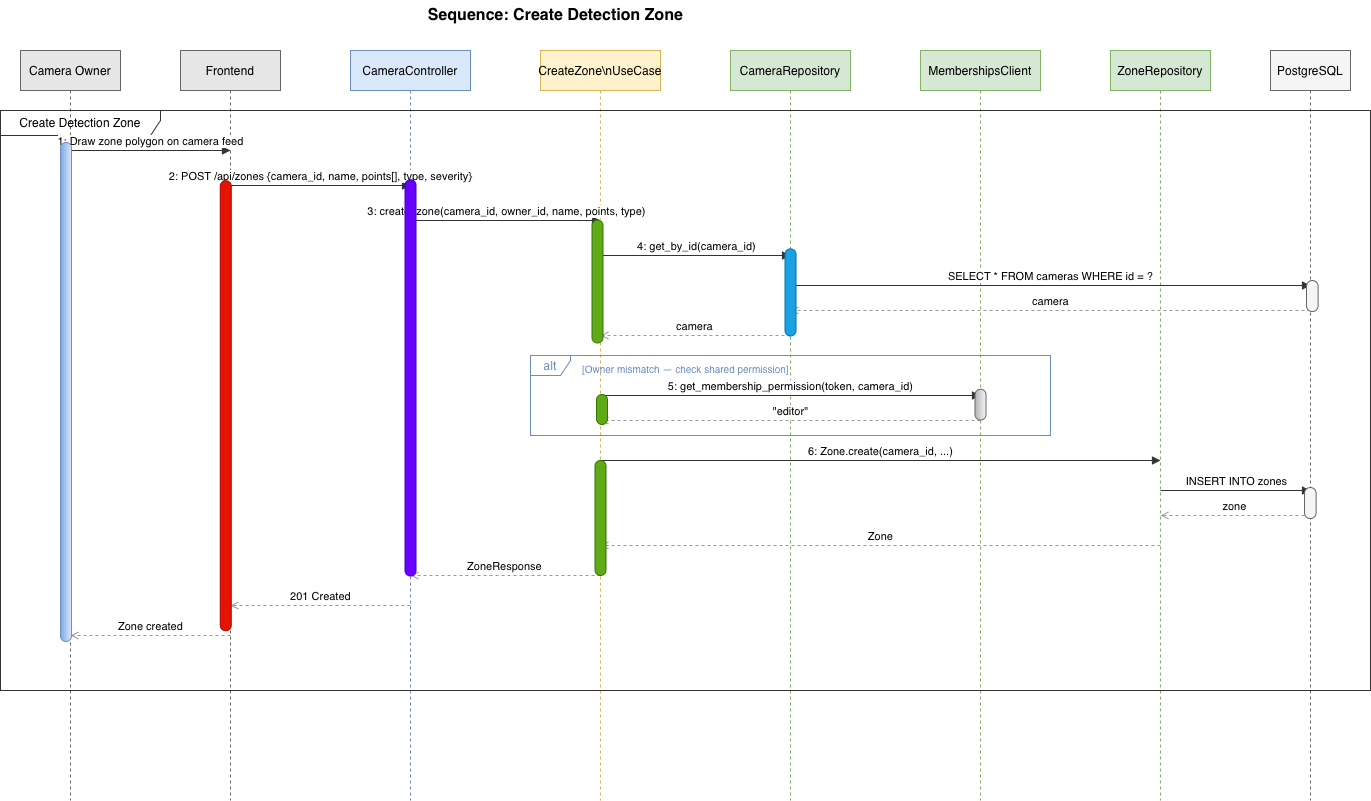
Earlier version of the draw.io export diagram report images/sprint2/cameramng/Zone.drawio.png (omarsoussi/VigileEyeReport). Source tidied: cells renumbered, new cells last; positions are measured from the earlier drawing's top-left corner, leaving out a move shared by most shapes.
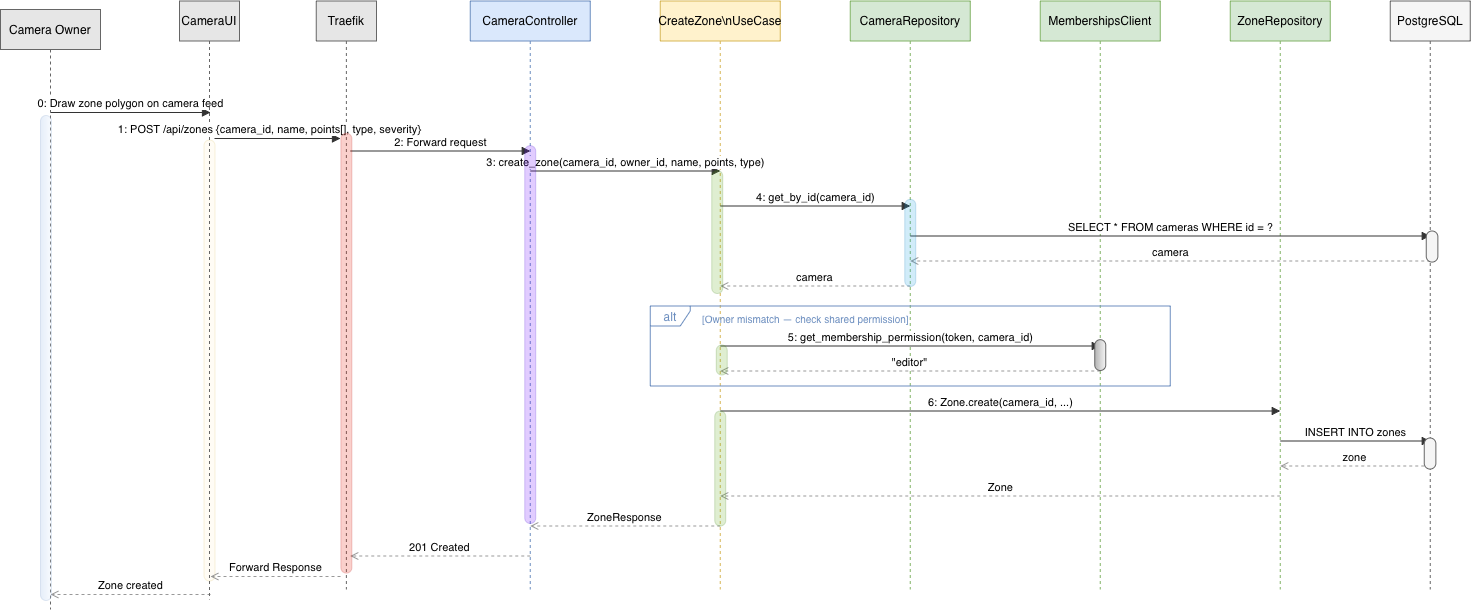
After the commit.

Diff of the diagram source:
```diff
@@ -2,130 +2,124 @@
   <root>
     <mxCell id="0" />
     <mxCell id="1" parent="0" />
-    <mxCell id="2" value="Sequence: Create Detection Zone" style="text;html=1;align=center;verticalAlign=middle;strokeColor=none;fillColor=none;fontSize=16;fontStyle=1;" parent="1" vertex="1">
-      <mxGeometry x="584" width="310" height="30" as="geometry" />
-    </mxCell>
     <mxCell id="3" value="Camera Owner" style="shape=umlLifeline;perimeter=lifelinePerimeter;whiteSpace=wrap;html=1;size=40;fillColor=#E6E6E6;strokeColor=#666666;" parent="1" vertex="1">
-      <mxGeometry x="204" y="50" width="100" height="750" as="geometry" />
+      <mxGeometry x="204" y="50" width="100" height="600" as="geometry" />
     </mxCell>
-    <mxCell id="4" value="Frontend" style="shape=umlLifeline;perimeter=lifelinePerimeter;whiteSpace=wrap;html=1;size=40;fillColor=#E6E6E6;strokeColor=#666666;" parent="1" vertex="1">
-      <mxGeometry x="364" y="50" width="100" height="750" as="geometry" />
+    <mxCell id="4" value="Traefik" style="shape=umlLifeline;perimeter=lifelinePerimeter;whiteSpace=wrap;html=1;size=40;fillColor=#E6E6E6;strokeColor=#666666;" parent="1" vertex="1">
+      <mxGeometry x="519.8" y="41.5" width="60.2" height="588.5" as="geometry" />
     </mxCell>
     <mxCell id="5" value="CameraController" style="shape=umlLifeline;perimeter=lifelinePerimeter;whiteSpace=wrap;html=1;size=40;fillColor=#dae8fc;strokeColor=#6c8ebf;" parent="1" vertex="1">
-      <mxGeometry x="534" y="50" width="120" height="750" as="geometry" />
+      <mxGeometry x="673.8" y="41.5" width="120" height="588.5" as="geometry" />
     </mxCell>
     <mxCell id="6" value="CreateZone\nUseCase" style="shape=umlLifeline;perimeter=lifelinePerimeter;whiteSpace=wrap;html=1;size=40;fillColor=#fff2cc;strokeColor=#d6b656;" parent="1" vertex="1">
-      <mxGeometry x="724" y="50" width="120" height="750" as="geometry" />
+      <mxGeometry x="863.8" y="41.5" width="120" height="588.5" as="geometry" />
     </mxCell>
     <mxCell id="7" value="CameraRepository" style="shape=umlLifeline;perimeter=lifelinePerimeter;whiteSpace=wrap;html=1;size=40;fillColor=#d5e8d4;strokeColor=#82b366;" parent="1" vertex="1">
-      <mxGeometry x="914" y="50" width="120" height="750" as="geometry" />
+      <mxGeometry x="1053.8" y="41.5" width="120" height="588.5" as="geometry" />
     </mxCell>
     <mxCell id="8" value="MembershipsClient" style="shape=umlLifeline;perimeter=lifelinePerimeter;whiteSpace=wrap;html=1;size=40;fillColor=#d5e8d4;strokeColor=#82b366;" parent="1" vertex="1">
-      <mxGeometry x="1104" y="50" width="120" height="750" as="geometry" />
+      <mxGeometry x="1243.8" y="41.5" width="120" height="588.5" as="geometry" />
     </mxCell>
     <mxCell id="9" value="ZoneRepository" style="shape=umlLifeline;perimeter=lifelinePerimeter;whiteSpace=wrap;html=1;size=40;fillColor=#d5e8d4;strokeColor=#82b366;" parent="1" vertex="1">
-      <mxGeometry x="1294" y="50" width="100" height="750" as="geometry" />
+      <mxGeometry x="1433.8" y="41.5" width="100" height="588.5" as="geometry" />
     </mxCell>
     <mxCell id="10" value="PostgreSQL" style="shape=umlLifeline;perimeter=lifelinePerimeter;whiteSpace=wrap;html=1;size=40;fillColor=#f5f5f5;strokeColor=#666666;" parent="1" vertex="1">
-      <mxGeometry x="1454" y="50" width="80" height="750" as="geometry" />
+      <mxGeometry x="1593.8" y="41.5" width="80" height="588.5" as="geometry" />
     </mxCell>
-    <mxCell id="11" value="Create Detection Zone" style="shape=umlFrame;whiteSpace=wrap;html=1;width=160;height=25;fillColor=none;strokeColor=#333333;" parent="1" vertex="1">
-      <mxGeometry x="184" y="110" width="1370" height="580" as="geometry" />
-    </mxCell>
-    <mxCell id="12" value="1: Draw zone polygon on camera feed" style="html=1;verticalAlign=bottom;endArrow=block;endFill=1;rounded=0;strokeColor=#333333;" parent="1" edge="1">
+    <mxCell id="12" value="0: Draw zone polygon on camera feed" style="html=1;verticalAlign=bottom;endArrow=block;endFill=1;rounded=0;strokeColor=#333333;" parent="1" edge="1">
       <mxGeometry relative="1" as="geometry">
-        <mxPoint x="254" y="150" as="sourcePoint" />
-        <mxPoint x="414" y="150" as="targetPoint" />
+        <mxPoint x="254" y="153" as="sourcePoint" />
+        <mxPoint x="414" y="153" as="targetPoint" />
       </mxGeometry>
     </mxCell>
-    <mxCell id="13" value="2: POST /api/zones {camera_id, name, points[], type, severity}" style="html=1;verticalAlign=bottom;endArrow=block;endFill=1;rounded=0;strokeColor=#333333;" parent="1" edge="1">
+    <mxCell id="13" value="2: Forward request" style="html=1;verticalAlign=bottom;endArrow=block;endFill=1;rounded=0;strokeColor=#333333;" parent="1" edge="1">
       <mxGeometry relative="1" as="geometry">
-        <mxPoint x="414" y="185" as="sourcePoint" />
-        <mxPoint x="594" y="185" as="targetPoint" />
+        <mxPoint x="553.8" y="191.5" as="sourcePoint" />
+        <mxPoint x="733.8" y="191.5" as="targetPoint" />
       </mxGeometry>
     </mxCell>
     <mxCell id="14" value="3: create_zone(camera_id, owner_id, name, points, type)" style="html=1;verticalAlign=bottom;endArrow=block;endFill=1;rounded=0;strokeColor=#333333;" parent="1" edge="1">
       <mxGeometry relative="1" as="geometry">
-        <mxPoint x="594" y="220" as="sourcePoint" />
-        <mxPoint x="784" y="220" as="targetPoint" />
+        <mxPoint x="733.8" y="211.5" as="sourcePoint" />
+        <mxPoint x="923.8" y="211.5" as="targetPoint" />
       </mxGeometry>
     </mxCell>
     <mxCell id="15" value="4: get_by_id(camera_id)" style="html=1;verticalAlign=bottom;endArrow=block;endFill=1;rounded=0;strokeColor=#333333;" parent="1" edge="1">
       <mxGeometry relative="1" as="geometry">
-        <mxPoint x="784" y="255" as="sourcePoint" />
-        <mxPoint x="974" y="255" as="targetPoint" />
+        <mxPoint x="923.8" y="246.5" as="sourcePoint" />
+        <mxPoint x="1113.8" y="246.5" as="targetPoint" />
       </mxGeometry>
     </mxCell>
     <mxCell id="16" value="SELECT * FROM cameras WHERE id = ?" style="html=1;verticalAlign=bottom;endArrow=block;endFill=1;rounded=0;strokeColor=#333333;" parent="1" edge="1">
       <mxGeometry relative="1" as="geometry">
-        <mxPoint x="974" y="285" as="sourcePoint" />
-        <mxPoint x="1494" y="285" as="targetPoint" />
+        <mxPoint x="1113.8" y="276.5" as="sourcePoint" />
+        <mxPoint x="1633.8" y="276.5" as="targetPoint" />
       </mxGeometry>
     </mxCell>
     <mxCell id="17" value="camera" style="html=1;verticalAlign=bottom;endArrow=open;endFill=0;dashed=1;rounded=0;strokeColor=#999999;" parent="1" edge="1">
       <mxGeometry relative="1" as="geometry">
-        <mxPoint x="1494" y="310" as="sourcePoint" />
-        <mxPoint x="974" y="310" as="targetPoint" />
+        <mxPoint x="1633.8" y="301.5" as="sourcePoint" />
+        <mxPoint x="1113.8" y="301.5" as="targetPoint" />
       </mxGeometry>
     </mxCell>
     <mxCell id="18" value="camera" style="html=1;verticalAlign=bottom;endArrow=open;endFill=0;dashed=1;rounded=0;strokeColor=#999999;" parent="1" edge="1">
       <mxGeometry relative="1" as="geometry">
-        <mxPoint x="974" y="335" as="sourcePoint" />
-        <mxPoint x="784" y="335" as="targetPoint" />
+        <mxPoint x="1113.8" y="326.5" as="sourcePoint" />
+        <mxPoint x="923.8" y="326.5" as="targetPoint" />
       </mxGeometry>
     </mxCell>
     <mxCell id="19" value="alt" style="shape=umlFrame;whiteSpace=wrap;html=1;width=40;height=20;fillColor=none;strokeColor=#6c8ebf;fontColor=#6c8ebf;" parent="1" vertex="1">
-      <mxGeometry x="714" y="355" width="520" height="80" as="geometry" />
+      <mxGeometry x="853.8" y="346.5" width="520" height="80" as="geometry" />
     </mxCell>
     <mxCell id="20" value="[Owner mismatch — check shared permission]" style="text;html=1;align=left;verticalAlign=middle;strokeColor=none;fillColor=none;fontSize=10;fontColor=#6c8ebf;" parent="1" vertex="1">
-      <mxGeometry x="764" y="355" width="260" height="25" as="geometry" />
+      <mxGeometry x="903.8" y="346.5" width="260" height="25" as="geometry" />
     </mxCell>
     <mxCell id="21" value="5: get_membership_permission(token, camera_id)" style="html=1;verticalAlign=bottom;endArrow=block;endFill=1;rounded=0;strokeColor=#333333;" parent="1" edge="1">
       <mxGeometry relative="1" as="geometry">
-        <mxPoint x="784" y="395" as="sourcePoint" />
-        <mxPoint x="1164" y="395" as="targetPoint" />
+        <mxPoint x="923.8" y="386.5" as="sourcePoint" />
+        <mxPoint x="1303.8" y="386.5" as="targetPoint" />
       </mxGeometry>
     </mxCell>
     <mxCell id="22" value="&quot;editor&quot;" style="html=1;verticalAlign=bottom;endArrow=open;endFill=0;dashed=1;rounded=0;strokeColor=#999999;" parent="1" edge="1">
       <mxGeometry relative="1" as="geometry">
-        <mxPoint x="1164" y="420" as="sourcePoint" />
-        <mxPoint x="784" y="420" as="targetPoint" />
+        <mxPoint x="1303.8" y="411.5" as="sourcePoint" />
+        <mxPoint x="923.8" y="411.5" as="targetPoint" />
       </mxGeometry>
     </mxCell>
     <mxCell id="23" value="6: Zone.create(camera_id, ...)" style="html=1;verticalAlign=bottom;endArrow=block;endFill=1;rounded=0;strokeColor=#333333;" parent="1" edge="1">
       <mxGeometry relative="1" as="geometry">
-        <mxPoint x="784" y="460" as="sourcePoint" />
-        <mxPoint x="1344" y="460" as="targetPoint" />
+        <mxPoint x="923.8" y="451.5" as="sourcePoint" />
+        <mxPoint x="1483.8" y="451.5" as="targetPoint" />
       </mxGeometry>
     </mxCell>
     <mxCell id="24" value="INSERT INTO zones" style="html=1;verticalAlign=bottom;endArrow=block;endFill=1;rounded=0;strokeColor=#333333;" parent="1" edge="1">
       <mxGeometry relative="1" as="geometry">
-        <mxPoint x="1344" y="490" as="sourcePoint" />
-        <mxPoint x="1494" y="490" as="targetPoint" />
+        <mxPoint x="1483.8" y="481.5" as="sourcePoint" />
+        <mxPoint x="1633.8" y="481.5" as="targetPoint" />
       </mxGeometry>
     </mxCell>
     <mxCell id="25" value="zone" style="html=1;verticalAlign=bottom;endArrow=open;endFill=0;dashed=1;rounded=0;strokeColor=#999999;" parent="1" edge="1">
       <mxGeometry relative="1" as="geometry">
-        <mxPoint x="1494" y="515" as="sourcePoint" />
-        <mxPoint x="1344" y="515" as="targetPoint" />
+        <mxPoint x="1633.8" y="506.5" as="sourcePoint" />
+        <mxPoint x="1483.8" y="506.5" as="targetPoint" />
       </mxGeometry>
     </mxCell>
     <mxCell id="26" value="Zone" style="html=1;verticalAlign=bottom;endArrow=open;endFill=0;dashed=1;rounded=0;strokeColor=#999999;" parent="1" edge="1">
       <mxGeometry relative="1" as="geometry">
-        <mxPoint x="1344" y="545" as="sourcePoint" />
-        <mxPoint x="784" y="545" as="targetPoint" />
+        <mxPoint x="1483.8" y="536.5" as="sourcePoint" />
+        <mxPoint x="923.8" y="536.5" as="targetPoint" />
       </mxGeometry>
     </mxCell>
     <mxCell id="27" value="ZoneResponse" style="html=1;verticalAlign=bottom;endArrow=open;endFill=0;dashed=1;rounded=0;strokeColor=#999999;" parent="1" edge="1">
       <mxGeometry relative="1" as="geometry">
-        <mxPoint x="784" y="575" as="sourcePoint" />
-        <mxPoint x="594" y="575" as="targetPoint" />
+        <mxPoint x="923.8" y="566.5" as="sourcePoint" />
+        <mxPoint x="733.8" y="566.5" as="targetPoint" />
       </mxGeometry>
     </mxCell>
     <mxCell id="28" value="201 Created" style="html=1;verticalAlign=bottom;endArrow=open;endFill=0;dashed=1;rounded=0;strokeColor=#999999;" parent="1" edge="1">
       <mxGeometry relative="1" as="geometry">
-        <mxPoint x="594" y="605" as="sourcePoint" />
-        <mxPoint x="414" y="605" as="targetPoint" />
+        <mxPoint x="733.8" y="596.5" as="sourcePoint" />
+        <mxPoint x="553.8" y="596.5" as="targetPoint" />
       </mxGeometry>
     </mxCell>
     <mxCell id="29" value="Zone created" style="html=1;verticalAlign=bottom;endArrow=open;endFill=0;dashed=1;rounded=0;strokeColor=#999999;" parent="1" edge="1">
@@ -134,35 +128,53 @@
         <mxPoint x="254" y="635" as="targetPoint" />
       </mxGeometry>
     </mxCell>
-    <mxCell id="30" style="rounded=1;whiteSpace=wrap;html=1;rotation=90;arcSize=50;fillColor=#dae8fc;strokeColor=light-dark(#6C8EBF,#A39B34);gradientColor=light-dark(#7EA6E0,#FFFF66);" parent="1" vertex="1">
-      <mxGeometry y="386" width="499" height="11" as="geometry" />
+    <mxCell id="30" style="rounded=1;whiteSpace=wrap;html=1;rotation=90;arcSize=50;fillColor=#dae8fc;strokeColor=light-dark(#6C8EBF,#A39B34);gradientColor=light-dark(#7EA6E0,#FFFF66);opacity=20;" parent="1" vertex="1">
+      <mxGeometry x="7" y="393" width="485" height="11" as="geometry" />
     </mxCell>
-    <mxCell id="31" style="rounded=1;whiteSpace=wrap;html=1;rotation=90;arcSize=50;fillColor=#e51400;fontColor=#ffffff;strokeColor=#B20000;" parent="1" vertex="1">
-      <mxGeometry x="184.2" y="399.8" width="450" height="11" as="geometry" />
+    <mxCell id="31" style="rounded=1;whiteSpace=wrap;html=1;rotation=90;arcSize=50;fillColor=#fff2cc;strokeColor=#d6b656;opacity=20;" parent="1" vertex="1">
+      <mxGeometry x="192.5" y="395.5" width="441" height="11" as="geometry" />
     </mxCell>
-    <mxCell id="32" style="rounded=1;whiteSpace=wrap;html=1;rotation=90;arcSize=50;fillColor=#6a00ff;fontColor=#ffffff;strokeColor=#3700CC;" parent="1" vertex="1">
-      <mxGeometry x="395.9" y="371.9" width="396.2" height="11" as="geometry" />
+    <mxCell id="32" style="rounded=1;whiteSpace=wrap;html=1;rotation=90;arcSize=50;fillColor=#6a00ff;fontColor=#ffffff;strokeColor=#3700CC;opacity=20;" parent="1" vertex="1">
+      <mxGeometry x="544.8" y="369.6" width="377.9" height="11" as="geometry" />
     </mxCell>
-    <mxCell id="33" style="rounded=1;whiteSpace=wrap;html=1;rotation=90;arcSize=50;fillColor=#60a917;fontColor=#ffffff;strokeColor=#2D7600;" parent="1" vertex="1">
-      <mxGeometry x="719.5" y="275.5" width="123" height="11" as="geometry" />
+    <mxCell id="33" style="rounded=1;whiteSpace=wrap;html=1;rotation=90;arcSize=50;fillColor=#60a917;fontColor=#ffffff;strokeColor=#2D7600;opacity=20;" parent="1" vertex="1">
+      <mxGeometry x="859.2" y="267" width="123" height="11" as="geometry" />
     </mxCell>
-    <mxCell id="34" style="rounded=1;whiteSpace=wrap;html=1;rotation=90;arcSize=50;fillColor=#60a917;fontColor=#ffffff;strokeColor=#2D7600;" parent="1" vertex="1">
-      <mxGeometry x="770.5" y="403.5" width="30" height="11" as="geometry" />
+    <mxCell id="34" style="rounded=1;whiteSpace=wrap;html=1;rotation=90;arcSize=50;fillColor=#60a917;fontColor=#ffffff;strokeColor=#2D7600;opacity=20;" parent="1" vertex="1">
+      <mxGeometry x="910.2" y="395" width="30" height="11" as="geometry" />
     </mxCell>
-    <mxCell id="35" style="rounded=1;whiteSpace=wrap;html=1;rotation=90;arcSize=50;fillColor=#60a917;fontColor=#ffffff;strokeColor=#2D7600;" parent="1" vertex="1">
-      <mxGeometry x="726.5" y="512" width="115" height="11" as="geometry" />
+    <mxCell id="35" style="rounded=1;whiteSpace=wrap;html=1;rotation=90;arcSize=50;fillColor=#60a917;fontColor=#ffffff;strokeColor=#2D7600;opacity=20;" parent="1" vertex="1">
+      <mxGeometry x="866.2" y="503.5" width="115" height="11" as="geometry" />
     </mxCell>
-    <mxCell id="36" style="rounded=1;whiteSpace=wrap;html=1;rotation=90;arcSize=50;fillColor=#1ba1e2;fontColor=#ffffff;strokeColor=#006EAF;" parent="1" vertex="1">
-      <mxGeometry x="930.4" y="286.4" width="87.1" height="11" as="geometry" />
+    <mxCell id="36" style="rounded=1;whiteSpace=wrap;html=1;rotation=90;arcSize=50;fillColor=#1ba1e2;fontColor=#ffffff;strokeColor=#006EAF;opacity=20;" parent="1" vertex="1">
+      <mxGeometry x="1070.2" y="277.9" width="87.1" height="11" as="geometry" />
     </mxCell>
     <mxCell id="37" style="rounded=1;whiteSpace=wrap;html=1;rotation=90;arcSize=50;fillColor=#f5f5f5;strokeColor=#666666;gradientColor=#b3b3b3;" parent="1" vertex="1">
-      <mxGeometry x="1148.6" y="398.6" width="30.8" height="11" as="geometry" />
+      <mxGeometry x="1288.3" y="390.1" width="30.8" height="11" as="geometry" />
     </mxCell>
     <mxCell id="38" style="rounded=1;whiteSpace=wrap;html=1;rotation=90;arcSize=50;fillColor=light-dark(#F5F5F5,#FF9933);strokeColor=light-dark(#666666,#FFB366);gradientColor=none;" parent="1" vertex="1">
-      <mxGeometry x="1480.3" y="289.7" width="31.1" height="11.6" as="geometry" />
+      <mxGeometry x="1620" y="281.2" width="31.1" height="11.6" as="geometry" />
     </mxCell>
     <mxCell id="39" style="rounded=1;whiteSpace=wrap;html=1;rotation=90;arcSize=50;fillColor=light-dark(#F5F5F5,#FF9933);strokeColor=light-dark(#666666,#FFB366);gradientColor=none;" parent="1" vertex="1">
-      <mxGeometry x="1478.3" y="496.7" width="31.1" height="11.6" as="geometry" />
+      <mxGeometry x="1618" y="488.2" width="31.1" height="11.6" as="geometry" />
     </mxCell>
+    <mxCell id="40" value="CameraUI" style="shape=umlLifeline;perimeter=lifelinePerimeter;whiteSpace=wrap;html=1;size=40;fillColor=#E6E6E6;strokeColor=#666666;" parent="1" vertex="1">
+      <mxGeometry x="383" y="41.5" width="60" height="598.5" as="geometry" />
+    </mxCell>
+    <mxCell id="41" value="1: POST /api/zones {camera_id, name, points[], type, severity}" style="html=1;verticalAlign=bottom;endArrow=block;endFill=1;rounded=0;strokeColor=#333333;" parent="1" edge="1">
+      <mxGeometry x="-0.12" relative="1" as="geometry">
+        <mxPoint x="418" y="179" as="sourcePoint" />
+        <mxPoint x="544" y="179" as="targetPoint" />
+      </mxGeometry>
+    </mxCell>
+    <mxCell id="42" value="Forward Response" style="html=1;verticalAlign=bottom;endArrow=open;endFill=0;dashed=1;rounded=0;strokeColor=#999999;" parent="1" edge="1">
+      <mxGeometry relative="1" as="geometry">
+        <mxPoint x="544" y="617" as="sourcePoint" />
+        <mxPoint x="414" y="617" as="targetPoint" />
+      </mxGeometry>
+    </mxCell>
+    <mxCell id="43" style="rounded=1;whiteSpace=wrap;html=1;rotation=90;arcSize=50;fillColor=#e51400;fontColor=#ffffff;strokeColor=#B20000;opacity=20;" parent="1" vertex="1">
+      <mxGeometry x="329.9" y="388.2" width="439.9" height="11" as="geometry" />
+    </mxCell>
   </root>
 </mxGraphModel>
```
